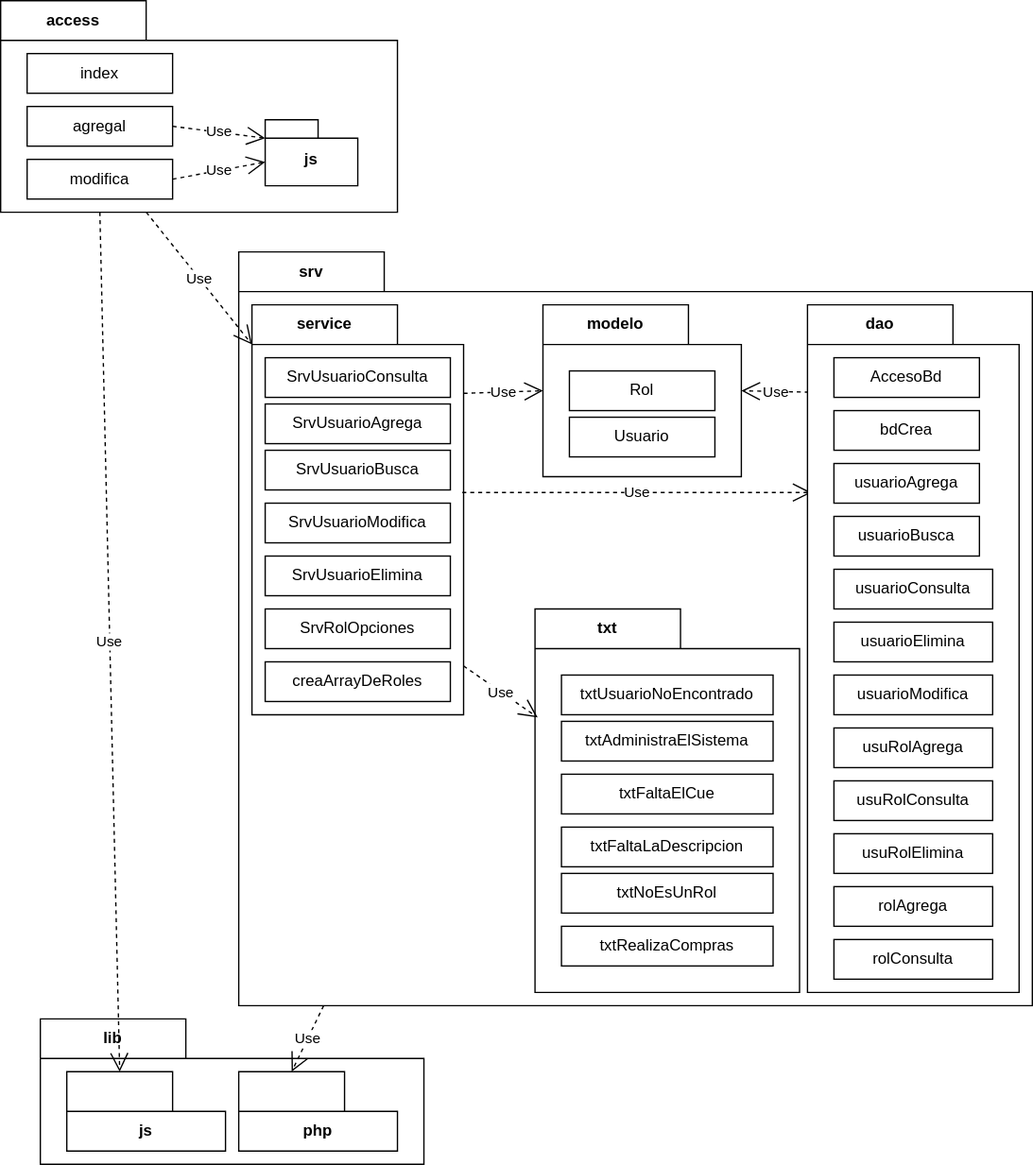
Above: docs/img/m18amuchos/amuchospaquetes.drawio.svg in gilpgawoas/gilpgawoas.github.io (draw.io), before the change. Source tidied: cells renumbered, new cells last; positions are measured from the earlier drawing's top-left corner, leaving out a move shared by most shapes. Source of this version:
```xml
<mxGraphModel>
  <root>
    <mxCell id="0" />
    <mxCell id="1" parent="0" />
    <mxCell id="2" value="lib" style="shape=folder;fontStyle=1;tabWidth=110;tabHeight=30;tabPosition=left;html=1;boundedLbl=1;labelInHeader=1;whiteSpace=wrap;" parent="1" vertex="1">
      <mxGeometry x="30" y="770" width="290" height="110" as="geometry" />
    </mxCell>
    <mxCell id="3" value="js" style="shape=folder;fontStyle=1;tabWidth=80;tabHeight=30;tabPosition=left;html=1;boundedLbl=1;whiteSpace=wrap;" parent="2" vertex="1">
      <mxGeometry x="20" y="40" width="120" height="60" as="geometry" />
    </mxCell>
    <mxCell id="4" value="php" style="shape=folder;fontStyle=1;tabWidth=80;tabHeight=30;tabPosition=left;html=1;boundedLbl=1;whiteSpace=wrap;" parent="2" vertex="1">
      <mxGeometry x="150" y="40" width="120" height="60" as="geometry" />
    </mxCell>
    <mxCell id="5" value="access" style="shape=folder;fontStyle=1;tabWidth=110;tabHeight=30;tabPosition=left;html=1;boundedLbl=1;labelInHeader=1;whiteSpace=wrap;" parent="1" vertex="1">
      <mxGeometry width="300" height="160" as="geometry" />
    </mxCell>
    <mxCell id="6" value="index" style="html=1;whiteSpace=wrap;" parent="5" vertex="1">
      <mxGeometry width="110" height="30" relative="1" as="geometry">
        <mxPoint x="20" y="40" as="offset" />
      </mxGeometry>
    </mxCell>
    <mxCell id="7" value="agregal" style="html=1;whiteSpace=wrap;" parent="5" vertex="1">
      <mxGeometry width="110" height="30" relative="1" as="geometry">
        <mxPoint x="20" y="80" as="offset" />
      </mxGeometry>
    </mxCell>
    <mxCell id="8" value="modifica" style="html=1;whiteSpace=wrap;" parent="5" vertex="1">
      <mxGeometry width="110" height="30" relative="1" as="geometry">
        <mxPoint x="20" y="120" as="offset" />
      </mxGeometry>
    </mxCell>
    <mxCell id="9" value="js" style="shape=folder;fontStyle=1;spacingTop=10;tabWidth=40;tabHeight=14;tabPosition=left;html=1;whiteSpace=wrap;" parent="5" vertex="1">
      <mxGeometry x="200" y="90" width="70" height="50" as="geometry" />
    </mxCell>
    <mxCell id="10" value="Use" style="endArrow=open;endSize=12;dashed=1;html=1;rounded=0;exitX=1;exitY=0.5;exitDx=0;exitDy=0;entryX=0;entryY=0;entryDx=0;entryDy=32;entryPerimeter=0;" parent="5" edge="1" source="8" target="9">
      <mxGeometry relative="1" as="geometry" />
    </mxCell>
    <mxCell id="11" value="Use" style="endArrow=open;endSize=12;dashed=1;html=1;rounded=0;exitX=1;exitY=0.5;exitDx=0;exitDy=0;entryX=0;entryY=0;entryDx=0;entryDy=14;entryPerimeter=0;" parent="5" edge="1" source="7" target="9">
      <mxGeometry relative="1" as="geometry" />
    </mxCell>
    <mxCell id="12" value="srv" style="shape=folder;fontStyle=1;tabWidth=110;tabHeight=30;tabPosition=left;html=1;boundedLbl=1;labelInHeader=1;whiteSpace=wrap;" parent="1" vertex="1">
      <mxGeometry x="180" y="190" width="600" height="570" as="geometry" />
    </mxCell>
    <mxCell id="13" value="service" style="shape=folder;fontStyle=1;tabWidth=110;tabHeight=30;tabPosition=left;html=1;boundedLbl=1;labelInHeader=1;whiteSpace=wrap;" parent="12" vertex="1">
      <mxGeometry x="10" y="40" width="160" height="310" as="geometry" />
    </mxCell>
    <mxCell id="14" value="SrvUsuarioConsulta" style="html=1;whiteSpace=wrap;" parent="13" vertex="1">
      <mxGeometry width="140" height="30" relative="1" as="geometry">
        <mxPoint x="10" y="40" as="offset" />
      </mxGeometry>
    </mxCell>
    <mxCell id="15" value="SrvUsuarioAgrega" style="html=1;whiteSpace=wrap;" parent="13" vertex="1">
      <mxGeometry width="140" height="30" relative="1" as="geometry">
        <mxPoint x="10" y="75" as="offset" />
      </mxGeometry>
    </mxCell>
    <mxCell id="16" value="SrvUsuarioBusca" style="html=1;whiteSpace=wrap;" parent="13" vertex="1">
      <mxGeometry width="140" height="30" relative="1" as="geometry">
        <mxPoint x="10" y="110" as="offset" />
      </mxGeometry>
    </mxCell>
    <mxCell id="17" value="SrvUsuarioModifica" style="html=1;whiteSpace=wrap;" parent="13" vertex="1">
      <mxGeometry width="140" height="30" relative="1" as="geometry">
        <mxPoint x="10" y="150" as="offset" />
      </mxGeometry>
    </mxCell>
    <mxCell id="18" value="SrvUsuarioElimina" style="html=1;whiteSpace=wrap;" parent="13" vertex="1">
      <mxGeometry width="140" height="30" relative="1" as="geometry">
        <mxPoint x="10" y="190" as="offset" />
      </mxGeometry>
    </mxCell>
    <mxCell id="19" value="creaArrayDeRoles" style="html=1;whiteSpace=wrap;" parent="13" vertex="1">
      <mxGeometry width="140" height="30" relative="1" as="geometry">
        <mxPoint x="10" y="270" as="offset" />
      </mxGeometry>
    </mxCell>
    <mxCell id="20" value="SrvRolOpciones" style="html=1;whiteSpace=wrap;" parent="13" vertex="1">
      <mxGeometry width="140" height="30" relative="1" as="geometry">
        <mxPoint x="10" y="230" as="offset" />
      </mxGeometry>
    </mxCell>
    <mxCell id="21" value="txt" style="shape=folder;fontStyle=1;tabWidth=110;tabHeight=30;tabPosition=left;html=1;boundedLbl=1;labelInHeader=1;whiteSpace=wrap;" parent="12" vertex="1">
      <mxGeometry x="224" y="270" width="200" height="290" as="geometry" />
    </mxCell>
    <mxCell id="22" value="txtUsuarioNoEncontrado" style="html=1;whiteSpace=wrap;" parent="21" vertex="1">
      <mxGeometry width="160" height="30" relative="1" as="geometry">
        <mxPoint x="20" y="50" as="offset" />
      </mxGeometry>
    </mxCell>
    <mxCell id="23" value="txtAdministraElSistema" style="html=1;whiteSpace=wrap;" parent="21" vertex="1">
      <mxGeometry width="160" height="30" relative="1" as="geometry">
        <mxPoint x="20" y="85" as="offset" />
      </mxGeometry>
    </mxCell>
    <mxCell id="24" value="txtFaltaElCue" style="html=1;whiteSpace=wrap;" parent="21" vertex="1">
      <mxGeometry width="160" height="30" relative="1" as="geometry">
        <mxPoint x="20" y="125" as="offset" />
      </mxGeometry>
    </mxCell>
    <mxCell id="25" value="txtFaltaLaDescripcion" style="html=1;whiteSpace=wrap;" parent="21" vertex="1">
      <mxGeometry width="160" height="30" relative="1" as="geometry">
        <mxPoint x="20" y="165" as="offset" />
      </mxGeometry>
    </mxCell>
    <mxCell id="26" value="txtNoEsUnRol" style="html=1;whiteSpace=wrap;" parent="21" vertex="1">
      <mxGeometry width="160" height="30" relative="1" as="geometry">
        <mxPoint x="20" y="200" as="offset" />
      </mxGeometry>
    </mxCell>
    <mxCell id="27" value="txtRealizaCompras" style="html=1;whiteSpace=wrap;" parent="21" vertex="1">
      <mxGeometry width="160" height="30" relative="1" as="geometry">
        <mxPoint x="20" y="240" as="offset" />
      </mxGeometry>
    </mxCell>
    <mxCell id="28" value="modelo" style="shape=folder;fontStyle=1;tabWidth=110;tabHeight=30;tabPosition=left;html=1;boundedLbl=1;labelInHeader=1;whiteSpace=wrap;" parent="12" vertex="1">
      <mxGeometry x="230" y="40" width="150" height="130" as="geometry" />
    </mxCell>
    <mxCell id="29" value="Rol" style="html=1;whiteSpace=wrap;" parent="28" vertex="1">
      <mxGeometry width="110" height="30" relative="1" as="geometry">
        <mxPoint x="20" y="50" as="offset" />
      </mxGeometry>
    </mxCell>
    <mxCell id="30" value="Usuario" style="html=1;whiteSpace=wrap;" parent="28" vertex="1">
      <mxGeometry width="110" height="30" relative="1" as="geometry">
        <mxPoint x="20" y="85" as="offset" />
      </mxGeometry>
    </mxCell>
    <mxCell id="31" value="Use" style="endArrow=open;endSize=12;dashed=1;html=1;rounded=0;entryX=0;entryY=0;entryDx=150;entryDy=65;entryPerimeter=0;exitX=0.006;exitY=0.127;exitDx=0;exitDy=0;exitPerimeter=0;" parent="12" edge="1" source="35" target="28">
      <mxGeometry relative="1" as="geometry" />
    </mxCell>
    <mxCell id="32" value="Use" style="endArrow=open;endSize=12;dashed=1;html=1;rounded=0;entryX=0;entryY=0;entryDx=0;entryDy=65;entryPerimeter=0;exitX=1;exitY=0.216;exitDx=0;exitDy=0;exitPerimeter=0;" parent="12" edge="1" source="13" target="28">
      <mxGeometry relative="1" as="geometry" />
    </mxCell>
    <mxCell id="33" value="Use" style="endArrow=open;endSize=12;dashed=1;html=1;rounded=0;entryX=0.019;entryY=0.273;entryDx=0;entryDy=0;entryPerimeter=0;exitX=0.994;exitY=0.458;exitDx=0;exitDy=0;exitPerimeter=0;" parent="12" edge="1" source="13" target="35">
      <mxGeometry relative="1" as="geometry" />
    </mxCell>
    <mxCell id="34" value="Use" style="endArrow=open;endSize=12;dashed=1;html=1;rounded=0;entryX=0.01;entryY=0.283;entryDx=0;entryDy=0;entryPerimeter=0;exitX=1;exitY=0.881;exitDx=0;exitDy=0;exitPerimeter=0;" parent="12" edge="1" source="13" target="21">
      <mxGeometry relative="1" as="geometry" />
    </mxCell>
    <mxCell id="35" value="dao" style="shape=folder;fontStyle=1;tabWidth=110;tabHeight=30;tabPosition=left;html=1;boundedLbl=1;labelInHeader=1;whiteSpace=wrap;" parent="12" vertex="1">
      <mxGeometry x="430" y="40" width="160" height="520" as="geometry" />
    </mxCell>
    <mxCell id="36" value="AccesoBd" style="html=1;whiteSpace=wrap;" parent="35" vertex="1">
      <mxGeometry width="110" height="30" relative="1" as="geometry">
        <mxPoint x="20" y="40" as="offset" />
      </mxGeometry>
    </mxCell>
    <mxCell id="37" value="bdCrea" style="html=1;whiteSpace=wrap;" parent="35" vertex="1">
      <mxGeometry width="110" height="30" relative="1" as="geometry">
        <mxPoint x="20" y="80" as="offset" />
      </mxGeometry>
    </mxCell>
    <mxCell id="38" value="usuarioAgrega" style="html=1;whiteSpace=wrap;" parent="35" vertex="1">
      <mxGeometry width="110" height="30" relative="1" as="geometry">
        <mxPoint x="20" y="120" as="offset" />
      </mxGeometry>
    </mxCell>
    <mxCell id="39" value="usuarioBusca" style="html=1;whiteSpace=wrap;" parent="35" vertex="1">
      <mxGeometry width="110" height="30" relative="1" as="geometry">
        <mxPoint x="20" y="160" as="offset" />
      </mxGeometry>
    </mxCell>
    <mxCell id="40" value="usuarioConsulta" style="html=1;whiteSpace=wrap;" parent="35" vertex="1">
      <mxGeometry width="120" height="30" relative="1" as="geometry">
        <mxPoint x="20" y="200" as="offset" />
      </mxGeometry>
    </mxCell>
    <mxCell id="41" value="usuarioElimina" style="html=1;whiteSpace=wrap;" parent="35" vertex="1">
      <mxGeometry width="120" height="30" relative="1" as="geometry">
        <mxPoint x="20" y="240" as="offset" />
      </mxGeometry>
    </mxCell>
    <mxCell id="42" value="usuarioModifica" style="html=1;whiteSpace=wrap;" parent="35" vertex="1">
      <mxGeometry width="120" height="30" relative="1" as="geometry">
        <mxPoint x="20" y="280" as="offset" />
      </mxGeometry>
    </mxCell>
    <mxCell id="43" value="rolAgrega" style="html=1;whiteSpace=wrap;" parent="35" vertex="1">
      <mxGeometry width="120" height="30" relative="1" as="geometry">
        <mxPoint x="20" y="440" as="offset" />
      </mxGeometry>
    </mxCell>
    <mxCell id="44" value="rolConsulta" style="html=1;whiteSpace=wrap;" parent="35" vertex="1">
      <mxGeometry width="120" height="30" relative="1" as="geometry">
        <mxPoint x="20" y="480" as="offset" />
      </mxGeometry>
    </mxCell>
    <mxCell id="45" value="usuRolAgrega" style="html=1;whiteSpace=wrap;" parent="35" vertex="1">
      <mxGeometry width="120" height="30" relative="1" as="geometry">
        <mxPoint x="20" y="320" as="offset" />
      </mxGeometry>
    </mxCell>
    <mxCell id="46" value="usuRolConsulta" style="html=1;whiteSpace=wrap;" parent="35" vertex="1">
      <mxGeometry width="120" height="30" relative="1" as="geometry">
        <mxPoint x="20" y="360" as="offset" />
      </mxGeometry>
    </mxCell>
    <mxCell id="47" value="usuRolElimina" style="html=1;whiteSpace=wrap;" parent="35" vertex="1">
      <mxGeometry width="120" height="30" relative="1" as="geometry">
        <mxPoint x="20" y="400" as="offset" />
      </mxGeometry>
    </mxCell>
    <mxCell id="48" value="Use" style="endArrow=open;endSize=12;dashed=1;html=1;rounded=0;exitX=0.367;exitY=1;exitDx=0;exitDy=0;exitPerimeter=0;entryX=0;entryY=0;entryDx=0;entryDy=30;entryPerimeter=0;" parent="1" edge="1" source="5" target="13">
      <mxGeometry relative="1" as="geometry" />
    </mxCell>
    <mxCell id="49" value="Use" style="endArrow=open;endSize=12;dashed=1;html=1;rounded=0;entryX=0;entryY=0;entryDx=40;entryDy=0;entryPerimeter=0;exitX=0.25;exitY=1;exitDx=0;exitDy=0;exitPerimeter=0;" parent="1" edge="1" source="5" target="3">
      <mxGeometry relative="1" as="geometry" />
    </mxCell>
    <mxCell id="50" value="Use" style="endArrow=open;endSize=12;dashed=1;html=1;rounded=0;entryX=0;entryY=0;entryDx=40;entryDy=0;entryPerimeter=0;exitX=0.107;exitY=1;exitDx=0;exitDy=0;exitPerimeter=0;" parent="1" edge="1" source="12" target="4">
      <mxGeometry relative="1" as="geometry" />
    </mxCell>
  </root>
</mxGraphModel>
```
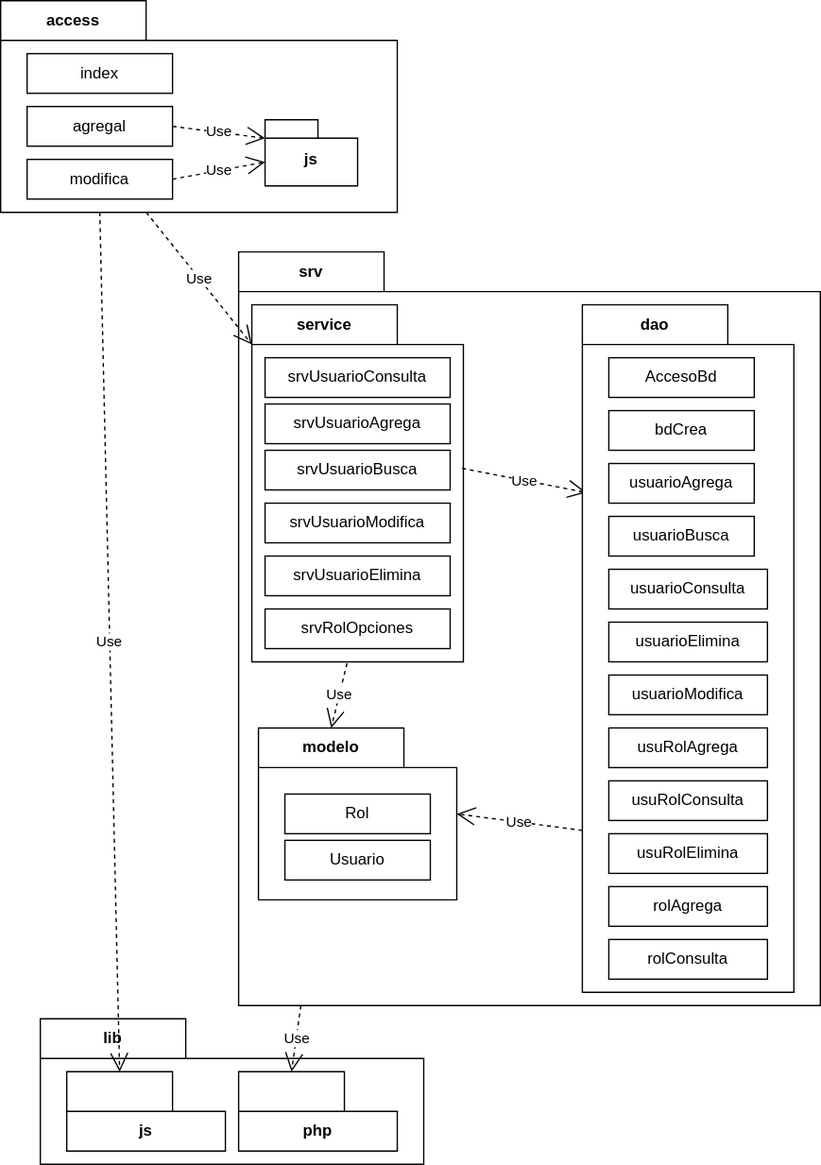
After the commit.

What changed in the source:
```diff
@@ -39,81 +39,43 @@
       <mxGeometry relative="1" as="geometry" />
     </mxCell>
     <mxCell id="12" value="srv" style="shape=folder;fontStyle=1;tabWidth=110;tabHeight=30;tabPosition=left;html=1;boundedLbl=1;labelInHeader=1;whiteSpace=wrap;" parent="1" vertex="1">
-      <mxGeometry x="180" y="190" width="600" height="570" as="geometry" />
+      <mxGeometry x="180" y="190" width="440" height="570" as="geometry" />
     </mxCell>
     <mxCell id="13" value="service" style="shape=folder;fontStyle=1;tabWidth=110;tabHeight=30;tabPosition=left;html=1;boundedLbl=1;labelInHeader=1;whiteSpace=wrap;" parent="12" vertex="1">
-      <mxGeometry x="10" y="40" width="160" height="310" as="geometry" />
+      <mxGeometry x="10" y="40" width="160" height="270" as="geometry" />
     </mxCell>
-    <mxCell id="14" value="SrvUsuarioConsulta" style="html=1;whiteSpace=wrap;" parent="13" vertex="1">
+    <mxCell id="14" value="srvUsuarioConsulta" style="html=1;whiteSpace=wrap;" parent="13" vertex="1">
       <mxGeometry width="140" height="30" relative="1" as="geometry">
         <mxPoint x="10" y="40" as="offset" />
       </mxGeometry>
     </mxCell>
-    <mxCell id="15" value="SrvUsuarioAgrega" style="html=1;whiteSpace=wrap;" parent="13" vertex="1">
+    <mxCell id="15" value="srvUsuarioAgrega" style="html=1;whiteSpace=wrap;" parent="13" vertex="1">
       <mxGeometry width="140" height="30" relative="1" as="geometry">
         <mxPoint x="10" y="75" as="offset" />
       </mxGeometry>
     </mxCell>
-    <mxCell id="16" value="SrvUsuarioBusca" style="html=1;whiteSpace=wrap;" parent="13" vertex="1">
+    <mxCell id="16" value="srvUsuarioBusca" style="html=1;whiteSpace=wrap;" parent="13" vertex="1">
       <mxGeometry width="140" height="30" relative="1" as="geometry">
         <mxPoint x="10" y="110" as="offset" />
       </mxGeometry>
     </mxCell>
-    <mxCell id="17" value="SrvUsuarioModifica" style="html=1;whiteSpace=wrap;" parent="13" vertex="1">
+    <mxCell id="17" value="srvUsuarioModifica" style="html=1;whiteSpace=wrap;" parent="13" vertex="1">
       <mxGeometry width="140" height="30" relative="1" as="geometry">
         <mxPoint x="10" y="150" as="offset" />
       </mxGeometry>
     </mxCell>
-    <mxCell id="18" value="SrvUsuarioElimina" style="html=1;whiteSpace=wrap;" parent="13" vertex="1">
+    <mxCell id="18" value="srvUsuarioElimina" style="html=1;whiteSpace=wrap;" parent="13" vertex="1">
       <mxGeometry width="140" height="30" relative="1" as="geometry">
         <mxPoint x="10" y="190" as="offset" />
       </mxGeometry>
     </mxCell>
-    <mxCell id="19" value="creaArrayDeRoles" style="html=1;whiteSpace=wrap;" parent="13" vertex="1">
-      <mxGeometry width="140" height="30" relative="1" as="geometry">
-        <mxPoint x="10" y="270" as="offset" />
-      </mxGeometry>
-    </mxCell>
-    <mxCell id="20" value="SrvRolOpciones" style="html=1;whiteSpace=wrap;" parent="13" vertex="1">
+    <mxCell id="20" value="srvRolOpciones" style="html=1;whiteSpace=wrap;" parent="13" vertex="1">
       <mxGeometry width="140" height="30" relative="1" as="geometry">
         <mxPoint x="10" y="230" as="offset" />
       </mxGeometry>
     </mxCell>
-    <mxCell id="21" value="txt" style="shape=folder;fontStyle=1;tabWidth=110;tabHeight=30;tabPosition=left;html=1;boundedLbl=1;labelInHeader=1;whiteSpace=wrap;" parent="12" vertex="1">
-      <mxGeometry x="224" y="270" width="200" height="290" as="geometry" />
-    </mxCell>
-    <mxCell id="22" value="txtUsuarioNoEncontrado" style="html=1;whiteSpace=wrap;" parent="21" vertex="1">
-      <mxGeometry width="160" height="30" relative="1" as="geometry">
-        <mxPoint x="20" y="50" as="offset" />
-      </mxGeometry>
-    </mxCell>
-    <mxCell id="23" value="txtAdministraElSistema" style="html=1;whiteSpace=wrap;" parent="21" vertex="1">
-      <mxGeometry width="160" height="30" relative="1" as="geometry">
-        <mxPoint x="20" y="85" as="offset" />
-      </mxGeometry>
-    </mxCell>
-    <mxCell id="24" value="txtFaltaElCue" style="html=1;whiteSpace=wrap;" parent="21" vertex="1">
-      <mxGeometry width="160" height="30" relative="1" as="geometry">
-        <mxPoint x="20" y="125" as="offset" />
-      </mxGeometry>
-    </mxCell>
-    <mxCell id="25" value="txtFaltaLaDescripcion" style="html=1;whiteSpace=wrap;" parent="21" vertex="1">
-      <mxGeometry width="160" height="30" relative="1" as="geometry">
-        <mxPoint x="20" y="165" as="offset" />
-      </mxGeometry>
-    </mxCell>
-    <mxCell id="26" value="txtNoEsUnRol" style="html=1;whiteSpace=wrap;" parent="21" vertex="1">
-      <mxGeometry width="160" height="30" relative="1" as="geometry">
-        <mxPoint x="20" y="200" as="offset" />
-      </mxGeometry>
-    </mxCell>
-    <mxCell id="27" value="txtRealizaCompras" style="html=1;whiteSpace=wrap;" parent="21" vertex="1">
-      <mxGeometry width="160" height="30" relative="1" as="geometry">
-        <mxPoint x="20" y="240" as="offset" />
-      </mxGeometry>
-    </mxCell>
     <mxCell id="28" value="modelo" style="shape=folder;fontStyle=1;tabWidth=110;tabHeight=30;tabPosition=left;html=1;boundedLbl=1;labelInHeader=1;whiteSpace=wrap;" parent="12" vertex="1">
-      <mxGeometry x="230" y="40" width="150" height="130" as="geometry" />
+      <mxGeometry x="15" y="360" width="150" height="130" as="geometry" />
     </mxCell>
     <mxCell id="29" value="Rol" style="html=1;whiteSpace=wrap;" parent="28" vertex="1">
       <mxGeometry width="110" height="30" relative="1" as="geometry">
@@ -125,20 +87,17 @@
         <mxPoint x="20" y="85" as="offset" />
       </mxGeometry>
     </mxCell>
-    <mxCell id="31" value="Use" style="endArrow=open;endSize=12;dashed=1;html=1;rounded=0;entryX=0;entryY=0;entryDx=150;entryDy=65;entryPerimeter=0;exitX=0.006;exitY=0.127;exitDx=0;exitDy=0;exitPerimeter=0;" parent="12" edge="1" source="35" target="28">
+    <mxCell id="31" value="Use" style="endArrow=open;endSize=12;dashed=1;html=1;rounded=0;entryX=0;entryY=0;entryDx=150;entryDy=65;entryPerimeter=0;exitX=0;exitY=0;exitDx=0;exitDy=397.5;exitPerimeter=0;" parent="12" edge="1" source="35" target="28">
       <mxGeometry relative="1" as="geometry" />
     </mxCell>
-    <mxCell id="32" value="Use" style="endArrow=open;endSize=12;dashed=1;html=1;rounded=0;entryX=0;entryY=0;entryDx=0;entryDy=65;entryPerimeter=0;exitX=1;exitY=0.216;exitDx=0;exitDy=0;exitPerimeter=0;" parent="12" edge="1" source="13" target="28">
+    <mxCell id="32" value="Use" style="endArrow=open;endSize=12;dashed=1;html=1;rounded=0;entryX=0;entryY=0;entryDx=55;entryDy=0;entryPerimeter=0;exitX=0.45;exitY=1.004;exitDx=0;exitDy=0;exitPerimeter=0;" parent="12" edge="1" source="13" target="28">
       <mxGeometry relative="1" as="geometry" />
     </mxCell>
     <mxCell id="33" value="Use" style="endArrow=open;endSize=12;dashed=1;html=1;rounded=0;entryX=0.019;entryY=0.273;entryDx=0;entryDy=0;entryPerimeter=0;exitX=0.994;exitY=0.458;exitDx=0;exitDy=0;exitPerimeter=0;" parent="12" edge="1" source="13" target="35">
       <mxGeometry relative="1" as="geometry" />
     </mxCell>
-    <mxCell id="34" value="Use" style="endArrow=open;endSize=12;dashed=1;html=1;rounded=0;entryX=0.01;entryY=0.283;entryDx=0;entryDy=0;entryPerimeter=0;exitX=1;exitY=0.881;exitDx=0;exitDy=0;exitPerimeter=0;" parent="12" edge="1" source="13" target="21">
-      <mxGeometry relative="1" as="geometry" />
-    </mxCell>
     <mxCell id="35" value="dao" style="shape=folder;fontStyle=1;tabWidth=110;tabHeight=30;tabPosition=left;html=1;boundedLbl=1;labelInHeader=1;whiteSpace=wrap;" parent="12" vertex="1">
-      <mxGeometry x="430" y="40" width="160" height="520" as="geometry" />
+      <mxGeometry x="260" y="40" width="160" height="520" as="geometry" />
     </mxCell>
     <mxCell id="36" value="AccesoBd" style="html=1;whiteSpace=wrap;" parent="35" vertex="1">
       <mxGeometry width="110" height="30" relative="1" as="geometry">
```
